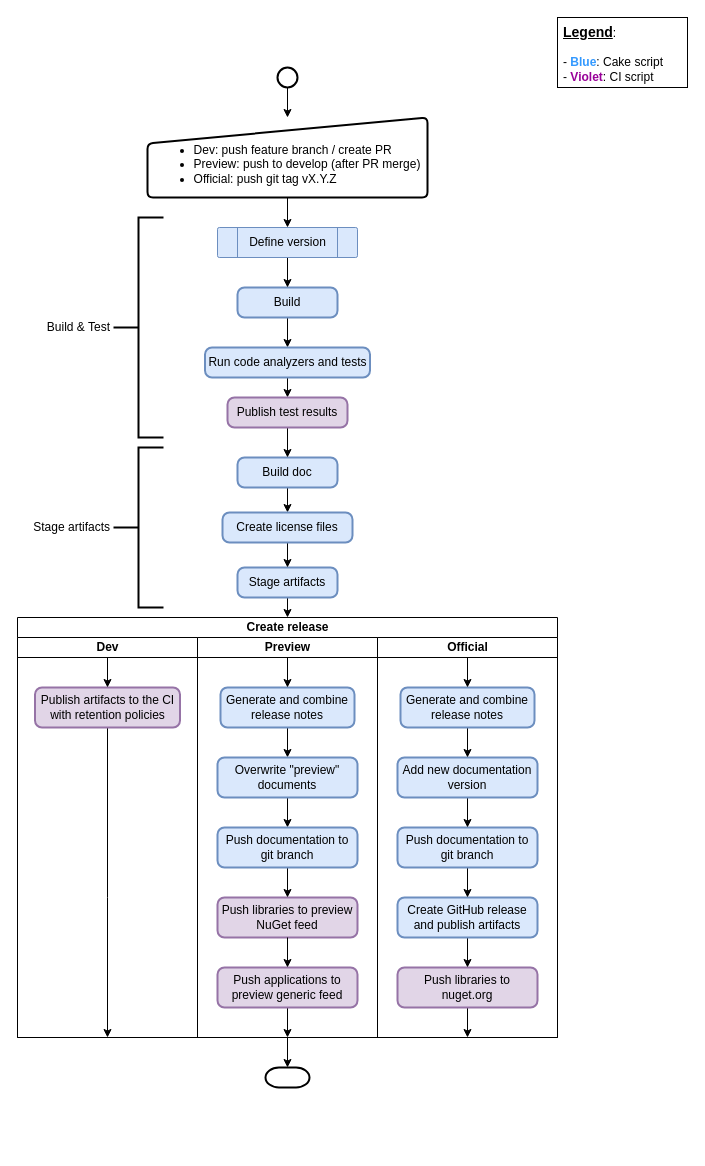
pleonex/PleOps.Cake keeps this draw.io diagram as page "pipeline" (2 of 3) of docs/Release process.drawio. Above is the earlier version. Source tidied: cells renumbered, new cells numbered last; positions are measured from the earlier drawing's top-left corner, leaving out a move shared by most shapes. Both pictures are drawn from the tidied source at 100%, with x=0, y=0 at pixel (17, 17).
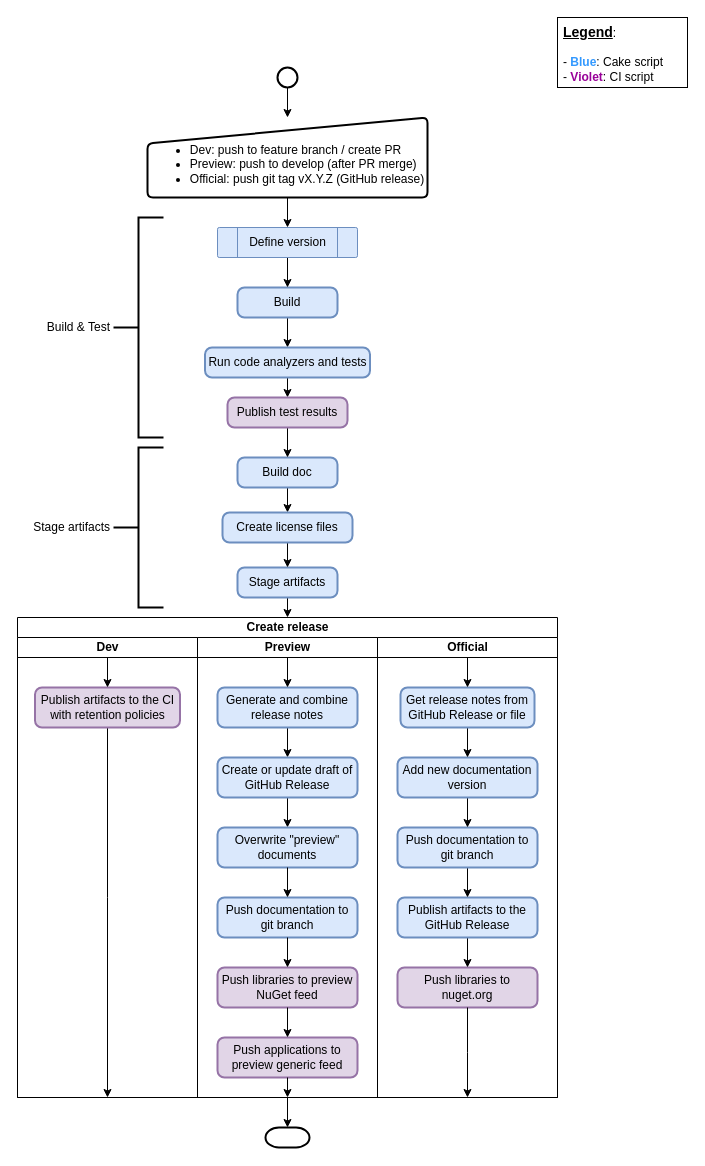
After the change.

Commit message (it also covers changes not shown here):
:sparkles: Create and update the release pipeline

The change refers to these unchanged cells:
```xml
<mxCell id="40" value="Push libraries to nuget.org" style="rounded=1;whiteSpace=wrap;html=1;absoluteArcSize=1;arcSize=14;strokeWidth=2;labelBackgroundColor=none;fillColor=#e1d5e7;strokeColor=#9673a6;" parent="38" vertex="1">
  <mxGeometry x="20" y="330" width="140" height="40" as="geometry" />
</mxCell>
```

Change to the diagram source:
```diff
@@
     <mxCell id="15" style="strokeWidth=2;html=1;shape=mxgraph.flowchart.terminator;whiteSpace=wrap;labelBackgroundColor=none;" parent="1" vertex="1">
-      <mxGeometry x="248" y="1050" width="44" height="20" as="geometry" />
+      <mxGeometry x="248" y="1110" width="44" height="20" as="geometry" />
     </mxCell>
@@
-    <mxCell id="19" value="&lt;div style=&quot;text-align: left&quot;&gt;&lt;ul&gt;&lt;li&gt;&lt;span&gt;Dev: push feature branch / create PR&lt;/span&gt;&lt;/li&gt;&lt;li&gt;&lt;span&gt;Preview: push to develop (after PR merge)&lt;/span&gt;&lt;/li&gt;&lt;li&gt;&lt;span&gt;Official: push git tag vX.Y.Z&lt;/span&gt;&lt;/li&gt;&lt;/ul&gt;&lt;/div&gt;" style="html=1;strokeWidth=2;shape=manualInput;whiteSpace=wrap;rounded=1;size=26;arcSize=11;labelBackgroundColor=none;verticalAlign=middle;spacingTop=14;" parent="1" vertex="1">
+    <mxCell id="19" value="&lt;div style=&quot;text-align: left&quot;&gt;&lt;ul&gt;&lt;li&gt;&lt;span&gt;Dev: push to feature branch / create PR&lt;/span&gt;&lt;/li&gt;&lt;li&gt;&lt;span&gt;Preview: push to develop (after PR merge)&lt;/span&gt;&lt;/li&gt;&lt;li&gt;&lt;span&gt;Official: push git tag vX.Y.Z (GitHub release)&lt;/span&gt;&lt;/li&gt;&lt;/ul&gt;&lt;/div&gt;" style="html=1;strokeWidth=2;shape=manualInput;whiteSpace=wrap;rounded=1;size=26;arcSize=11;labelBackgroundColor=none;verticalAlign=middle;spacingTop=14;" parent="1" vertex="1">
       <mxGeometry x="130" y="100" width="280" height="80" as="geometry" />
     </mxCell>
@@
     <mxCell id="21" value="Create release" style="swimlane;html=1;startSize=20;labelBackgroundColor=none;" parent="1" vertex="1">
-      <mxGeometry y="600" width="540" height="420" as="geometry" />
+      <mxGeometry y="600" width="540" height="480" as="geometry" />
     </mxCell>
     <mxCell id="22" value="Dev" style="swimlane;html=1;startSize=20;" parent="21" vertex="1">
-      <mxGeometry y="20" width="180" height="400" as="geometry" />
+      <mxGeometry y="20" width="180" height="460" as="geometry" />
     </mxCell>
@@
     <mxCell id="26" value="Preview" style="swimlane;html=1;startSize=20;" parent="21" vertex="1">
-      <mxGeometry x="180" y="20" width="180" height="400" as="geometry" />
+      <mxGeometry x="180" y="20" width="180" height="460" as="geometry" />
     </mxCell>
-    <mxCell id="27" style="edgeStyle=orthogonalEdgeStyle;rounded=0;jettySize=auto;html=1;exitX=0.5;exitY=1;exitDx=0;exitDy=0;entryX=0.5;entryY=0;entryDx=0;entryDy=0;" parent="26" edge="1" source="34" target="33">
-      <mxGeometry relative="1" as="geometry" />
-    </mxCell>
+    <mxCell id="54" style="edgeStyle=orthogonalEdgeStyle;rounded=0;jettySize=auto;html=1;exitX=0.5;exitY=1;exitDx=0;exitDy=0;entryX=0.5;entryY=0;entryDx=0;entryDy=0;startArrow=none;startFill=0;endArrow=classic;endFill=1;" parent="26" edge="1" source="56" target="33">
+      <mxGeometry relative="1" as="geometry" />
+    </mxCell>
+    <mxCell id="30" value="Push applications to preview generic feed" style="rounded=1;whiteSpace=wrap;html=1;absoluteArcSize=1;arcSize=14;strokeWidth=2;labelBackgroundColor=none;fillColor=#e1d5e7;strokeColor=#9673a6;" parent="26" vertex="1">
+      <mxGeometry x="20" y="400" width="140" height="40" as="geometry" />
+    </mxCell>
+    <mxCell id="33" value="Overwrite &quot;preview&quot; documents" style="rounded=1;whiteSpace=wrap;html=1;absoluteArcSize=1;arcSize=14;strokeWidth=2;labelBackgroundColor=none;fillColor=#dae8fc;strokeColor=#6c8ebf;" parent="26" vertex="1">
+      <mxGeometry x="20" y="190" width="140" height="40" as="geometry" />
+    </mxCell>
+    <mxCell id="36" value="Push documentation to git branch" style="rounded=1;whiteSpace=wrap;html=1;absoluteArcSize=1;arcSize=14;strokeWidth=2;labelBackgroundColor=none;fillColor=#dae8fc;strokeColor=#6c8ebf;" parent="26" vertex="1">
+      <mxGeometry x="20" y="260" width="140" height="40" as="geometry" />
+    </mxCell>
     <mxCell id="28" value="Push libraries to preview NuGet feed" style="rounded=1;whiteSpace=wrap;html=1;absoluteArcSize=1;arcSize=14;strokeWidth=2;labelBackgroundColor=none;fillColor=#e1d5e7;strokeColor=#9673a6;" parent="26" vertex="1">
-      <mxGeometry x="20" y="260" width="140" height="40" as="geometry" />
+      <mxGeometry x="20" y="330" width="140" height="40" as="geometry" />
     </mxCell>
-    <mxCell id="29" style="edgeStyle=orthogonalEdgeStyle;rounded=0;jettySize=auto;html=1;exitX=0.5;exitY=1;exitDx=0;exitDy=0;entryX=0.5;entryY=1;entryDx=0;entryDy=0;" parent="26" edge="1" source="30" target="26">
-      <mxGeometry relative="1" as="geometry" />
-    </mxCell>
-    <mxCell id="30" value="Push applications to preview generic feed" style="rounded=1;whiteSpace=wrap;html=1;absoluteArcSize=1;arcSize=14;strokeWidth=2;labelBackgroundColor=none;fillColor=#e1d5e7;strokeColor=#9673a6;" parent="26" vertex="1">
-      <mxGeometry x="20" y="330" width="140" height="40" as="geometry" />
-    </mxCell>
@@
-    <mxCell id="33" value="Overwrite &quot;preview&quot; documents" style="rounded=1;whiteSpace=wrap;html=1;absoluteArcSize=1;arcSize=14;strokeWidth=2;labelBackgroundColor=none;fillColor=#dae8fc;strokeColor=#6c8ebf;" parent="26" vertex="1">
-      <mxGeometry x="20" y="120" width="140" height="40" as="geometry" />
-    </mxCell>
+    <mxCell id="55" style="edgeStyle=orthogonalEdgeStyle;rounded=0;jettySize=auto;html=1;exitX=0.5;exitY=1;exitDx=0;exitDy=0;entryX=0.5;entryY=0;entryDx=0;entryDy=0;startArrow=none;startFill=0;endArrow=classic;endFill=1;" parent="26" edge="1" source="34" target="56">
+      <mxGeometry relative="1" as="geometry" />
+    </mxCell>
     <mxCell id="34" value="Generate and combine release notes" style="rounded=1;whiteSpace=wrap;html=1;absoluteArcSize=1;arcSize=14;strokeWidth=2;labelBackgroundColor=none;fillColor=#dae8fc;strokeColor=#6c8ebf;" parent="26" vertex="1">
-      <mxGeometry x="23" y="50" width="134" height="40" as="geometry" />
+      <mxGeometry x="20" y="50" width="140" height="40" as="geometry" />
     </mxCell>
@@
-    <mxCell id="36" value="Push documentation to git branch" style="rounded=1;whiteSpace=wrap;html=1;absoluteArcSize=1;arcSize=14;strokeWidth=2;labelBackgroundColor=none;fillColor=#dae8fc;strokeColor=#6c8ebf;" parent="26" vertex="1">
-      <mxGeometry x="20" y="190" width="140" height="40" as="geometry" />
-    </mxCell>
@@
+    <mxCell id="56" value="Create or update draft of GitHub Release" style="rounded=1;whiteSpace=wrap;html=1;absoluteArcSize=1;arcSize=14;strokeWidth=2;labelBackgroundColor=none;fillColor=#dae8fc;strokeColor=#6c8ebf;" parent="26" vertex="1">
+      <mxGeometry x="20" y="120" width="140" height="40" as="geometry" />
+    </mxCell>
     <mxCell id="38" value="Official" style="swimlane;html=1;startSize=20;" parent="21" vertex="1">
-      <mxGeometry x="360" y="20" width="180" height="400" as="geometry" />
+      <mxGeometry x="360" y="20" width="180" height="460" as="geometry" />
     </mxCell>
-    <mxCell id="39" style="edgeStyle=orthogonalEdgeStyle;rounded=0;jettySize=auto;html=1;exitX=0.5;exitY=1;exitDx=0;exitDy=0;entryX=0.5;entryY=1;entryDx=0;entryDy=0;" parent="38" edge="1" source="40" target="38">
-      <mxGeometry relative="1" as="geometry" />
-    </mxCell>
@@
-    <mxCell id="42" value="Create GitHub release and publish artifacts" style="rounded=1;whiteSpace=wrap;html=1;absoluteArcSize=1;arcSize=14;strokeWidth=2;labelBackgroundColor=none;fillColor=#dae8fc;strokeColor=#6c8ebf;" parent="38" vertex="1">
+    <mxCell id="42" value="Publish artifacts to the GitHub Release" style="rounded=1;whiteSpace=wrap;html=1;absoluteArcSize=1;arcSize=14;strokeWidth=2;labelBackgroundColor=none;fillColor=#dae8fc;strokeColor=#6c8ebf;" parent="38" vertex="1">
       <mxGeometry x="20" y="260" width="140" height="40" as="geometry" />
     </mxCell>
@@
-    <mxCell id="48" value="Generate and combine release notes" style="rounded=1;whiteSpace=wrap;html=1;absoluteArcSize=1;arcSize=14;strokeWidth=2;labelBackgroundColor=none;fillColor=#dae8fc;strokeColor=#6c8ebf;" parent="38" vertex="1">
+    <mxCell id="48" value="Get release notes from GitHub Release or file" style="rounded=1;whiteSpace=wrap;html=1;absoluteArcSize=1;arcSize=14;strokeWidth=2;labelBackgroundColor=none;fillColor=#dae8fc;strokeColor=#6c8ebf;" parent="38" vertex="1">
       <mxGeometry x="23" y="50" width="134" height="40" as="geometry" />
     </mxCell>
@@
+    <mxCell id="57" style="edgeStyle=orthogonalEdgeStyle;rounded=0;jettySize=auto;html=1;exitX=0.5;exitY=1;exitDx=0;exitDy=0;startArrow=none;startFill=0;endArrow=classic;endFill=1;" parent="1" edge="1" source="30">
+      <mxGeometry relative="1" as="geometry">
+        <mxPoint x="270" y="1080" as="targetPoint" />
+      </mxGeometry>
+    </mxCell>
+    <mxCell id="58" style="edgeStyle=orthogonalEdgeStyle;rounded=0;jettySize=auto;html=1;exitX=0.5;exitY=1;exitDx=0;exitDy=0;startArrow=none;startFill=0;endArrow=classic;endFill=1;" parent="1" edge="1" source="40">
+      <mxGeometry relative="1" as="geometry">
+        <mxPoint x="450" y="1080" as="targetPoint" />
+      </mxGeometry>
+    </mxCell>
```
